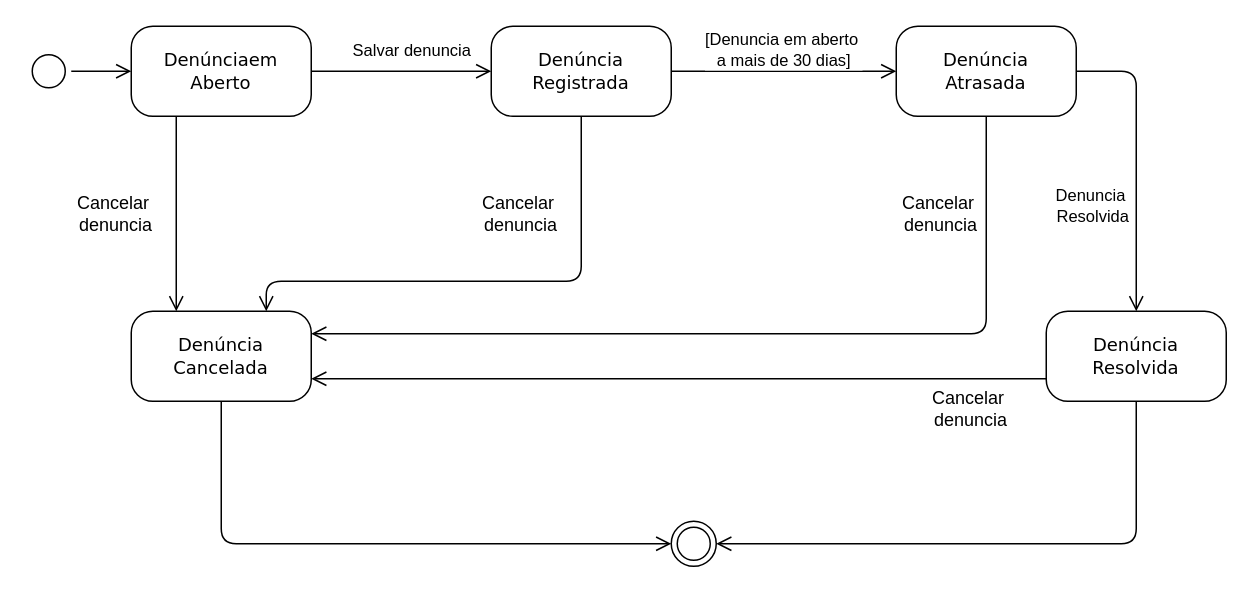
frsouzaa/Documentacao-TCC-NossaVia keeps this draw.io diagram as Documentação/Diagramas/Diagrama de Estado.drawio. Above is the earlier version. Source tidied: cells renumbered, new cells numbered last; positions are measured from the earlier drawing's top-left corner, leaving out a move shared by most shapes. Both pictures are drawn from the tidied source at 150%, with x=0, y=0 at pixel (26, 26).
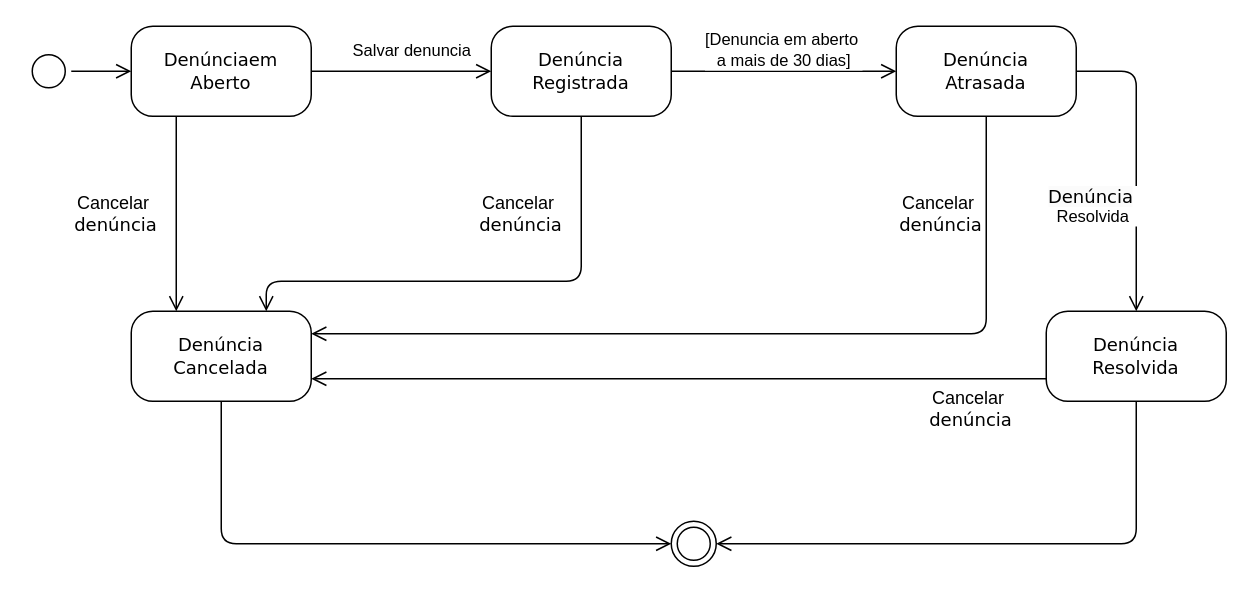
After the change.

Commit message:
Atualiza comentarios

The change refers to these unchanged cells:
```xml
<mxCell id="8" style="edgeStyle=elbowEdgeStyle;html=1;exitX=1;exitY=0.5;entryX=0.5;entryY=0;labelBackgroundColor=none;endArrow=open;endSize=8;strokeColor=#000000;fontFamily=Verdana;fontSize=12;align=left;fillColor=none;exitDx=0;exitDy=0;entryDx=0;entryDy=0;elbow=horizontal;" parent="1" edge="1" source="10" target="11">
  <mxGeometry relative="1" as="geometry">
    <Array as="points">
      <mxPoint x="740" y="110" />
    </Array>
  </mxGeometry>
</mxCell>
```

Change to the diagram source:
```diff
@@
-    <mxCell id="9" value="Denuncia&amp;nbsp;&lt;div&gt;Resolvida&lt;/div&gt;" style="edgeLabel;html=1;align=center;verticalAlign=middle;" parent="8" vertex="1">
+    <mxCell id="9" value="&lt;span style=&quot;font-family: Verdana; font-size: 12px; text-wrap: wrap; background-color: rgb(251, 251, 251);&quot;&gt;Denúncia&lt;/span&gt;&amp;nbsp;&lt;div&gt;Resolvida&lt;/div&gt;" style="edgeLabel;html=1;align=center;verticalAlign=middle;" parent="8" vertex="1">
       <mxGeometry x="-0.24" relative="1" as="geometry">
         <mxPoint x="-30" y="53" as="offset" />
       </mxGeometry>
     </mxCell>
@@
-    <mxCell id="21" value="Cancelar&amp;nbsp;&lt;div&gt;denuncia&lt;/div&gt;" style="text;html=1;align=center;verticalAlign=middle;whiteSpace=wrap;rounded=0;" parent="1" vertex="1">
+    <mxCell id="21" value="Cancelar&amp;nbsp;&lt;div&gt;&lt;span style=&quot;font-family: Verdana;&quot;&gt;denúncia&lt;/span&gt;&lt;br&gt;&lt;/div&gt;" style="text;html=1;align=center;verticalAlign=middle;whiteSpace=wrap;rounded=0;" parent="1" vertex="1">
       <mxGeometry x="30" y="110" width="60" height="30" as="geometry" />
     </mxCell>
-    <mxCell id="22" value="Cancelar&amp;nbsp;&lt;div&gt;denuncia&lt;/div&gt;" style="text;html=1;align=center;verticalAlign=middle;whiteSpace=wrap;rounded=0;" parent="1" vertex="1">
+    <mxCell id="22" value="Cancelar&amp;nbsp;&lt;div&gt;&lt;span style=&quot;font-family: Verdana;&quot;&gt;denúncia&lt;/span&gt;&lt;br&gt;&lt;/div&gt;" style="text;html=1;align=center;verticalAlign=middle;whiteSpace=wrap;rounded=0;" parent="1" vertex="1">
       <mxGeometry x="300" y="110" width="60" height="30" as="geometry" />
     </mxCell>
-    <mxCell id="23" value="Cancelar&amp;nbsp;&lt;div&gt;denuncia&lt;/div&gt;" style="text;html=1;align=center;verticalAlign=middle;whiteSpace=wrap;rounded=0;" parent="1" vertex="1">
+    <mxCell id="23" value="Cancelar&amp;nbsp;&lt;div&gt;&lt;span style=&quot;font-family: Verdana;&quot;&gt;denúncia&lt;/span&gt;&lt;br&gt;&lt;/div&gt;" style="text;html=1;align=center;verticalAlign=middle;whiteSpace=wrap;rounded=0;" parent="1" vertex="1">
       <mxGeometry x="580" y="110" width="60" height="30" as="geometry" />
     </mxCell>
-    <mxCell id="24" value="Cancelar&amp;nbsp;&lt;div&gt;denuncia&lt;/div&gt;" style="text;html=1;align=center;verticalAlign=middle;whiteSpace=wrap;rounded=0;" parent="1" vertex="1">
+    <mxCell id="24" value="Cancelar&amp;nbsp;&lt;div&gt;&lt;span style=&quot;font-family: Verdana;&quot;&gt;denúncia&lt;/span&gt;&lt;br&gt;&lt;/div&gt;" style="text;html=1;align=center;verticalAlign=middle;whiteSpace=wrap;rounded=0;" parent="1" vertex="1">
       <mxGeometry x="600" y="240" width="60" height="30" as="geometry" />
     </mxCell>
```
